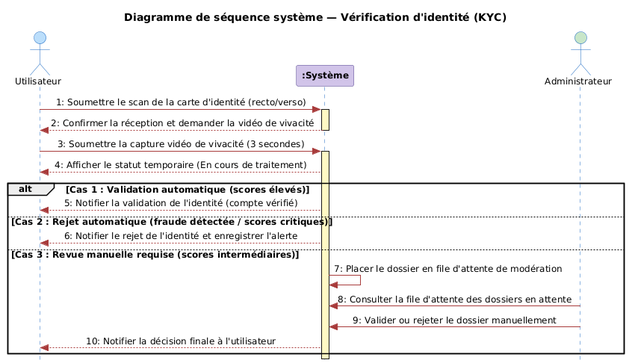
The PlantUML diagram figures/fig_sequence_kyc.png in Belhormamohamed13/Memiore_RohWinBghit, before a commit.
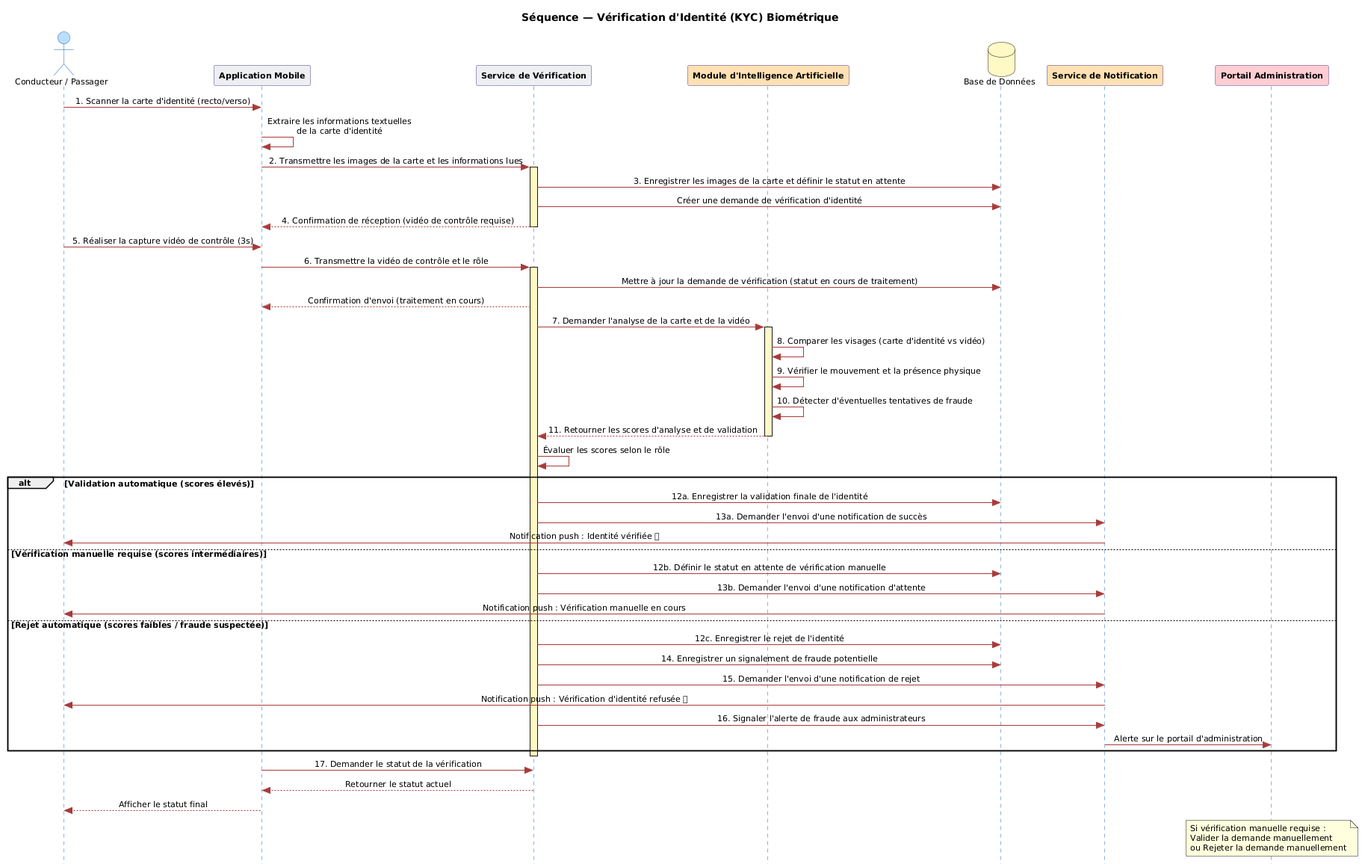
The same file after the commit.

What changed in the source:
```diff
@@ -1,7 +1,7 @@
 @startuml
 skinparam style strictuml
 skinparam DefaultFontName Arial
-skinparam DefaultFontSize 12
+skinparam DefaultFontSize 11
 skinparam shadowing false
 skinparam SequenceMessageAlignment center
 
@@ -14,32 +14,70 @@
   ParticipantBorderColor #4B3A8B
   ParticipantBackgroundColor #D1C4E9
   ParticipantFontStyle bold
+  DatabaseBorderColor #F9A825
+  DatabaseBackgroundColor #FFF9C4
 }
 
-title Diagramme de séquence système — Vérification d'identité (KYC)
+title Séquence — Vérification d'Identité (KYC) Biométrique
 
-actor "Utilisateur" as U
-participant ":Système" as S
-actor "Administrateur" as A #C8E6C9
+actor "Conducteur / Passager" as User #BBDEFB
+participant "Application Mobile" as App #ECEFF1
+participant "Service de Vérification" as Node #ECEFF1
+participant "Module d'Intelligence Artificielle" as IA #FFE0B2
+database "Base de Données" as DB #FFF9C4
+participant "Service de Notification" as Notif #FFE0B2
+participant "Portail Administration" as Admin #FFCDD2
 
-U -> S : 1: Soumettre le scan de la carte d'identité (recto/verso)
-activate S
-S --> U : 2: Confirmer la réception et demander la vidéo de vivacité
-deactivate S
+User -> App : 1. Scanner la carte d'identité (recto/verso)
+App -> App : Extraire les informations textuelles\nde la carte d'identité
+App -> Node : 2. Transmettre les images de la carte et les informations lues
+activate Node
+Node -> DB : 3. Enregistrer les images de la carte et définir le statut en attente
+Node -> DB : Créer une demande de vérification d'identité
+Node --> App : 4. Confirmation de réception (vidéo de contrôle requise)
+deactivate Node
 
-U -> S : 3: Soumettre la capture vidéo de vivacité (3 secondes)
-activate S
-S --> U : 4: Afficher le statut temporaire (En cours de traitement)
+User -> App : 5. Réaliser la capture vidéo de contrôle (3s)
+App -> Node : 6. Transmettre la vidéo de contrôle et le rôle
+activate Node
+Node -> DB : Mettre à jour la demande de vérification (statut en cours de traitement)
+Node --> App : Confirmation d'envoi (traitement en cours)
 
-alt Cas 1 : Validation automatique (scores élevés)
-  S --> U : 5: Notifier la validation de l'identité (compte vérifié)
-else Cas 2 : Rejet automatique (fraude détectée / scores critiques)
-  S --> U : 6: Notifier le rejet de l'identité et enregistrer l'alerte
-else Cas 3 : Revue manuelle requise (scores intermédiaires)
-  S -> S : 7: Placer le dossier en file d'attente de modération
-  A -> S : 8: Consulter la file d'attente des dossiers en attente
-  A -> S : 9: Valider ou rejeter le dossier manuellement
-  S --> U : 10: Notifier la décision finale à l'utilisateur
+Node -> IA : 7. Demander l'analyse de la carte et de la vidéo
+activate IA
+IA -> IA : 8. Comparer les visages (carte d'identité vs vidéo)
+IA -> IA : 9. Vérifier le mouvement et la présence physique
+IA -> IA : 10. Détecter d'éventuelles tentatives de fraude
+IA --> Node : 11. Retourner les scores d'analyse et de validation
+deactivate IA
+
+Node -> Node : Évaluer les scores selon le rôle
+
+alt Validation automatique (scores élevés)
+  Node -> DB : 12a. Enregistrer la validation finale de l'identité
+  Node -> Notif : 13a. Demander l'envoi d'une notification de succès
+  Notif -> User : Notification push : Identité vérifiée ✅
+else Vérification manuelle requise (scores intermédiaires)
+  Node -> DB : 12b. Définir le statut en attente de vérification manuelle
+  Node -> Notif : 13b. Demander l'envoi d'une notification d'attente
+  Notif -> User : Notification push : Vérification manuelle en cours
+else Rejet automatique (scores faibles / fraude suspectée)
+  Node -> DB : 12c. Enregistrer le rejet de l'identité
+  Node -> DB : 14. Enregistrer un signalement de fraude potentielle
+  Node -> Notif : 15. Demander l'envoi d'une notification de rejet
+  Notif -> User : Notification push : Vérification d'identité refusée ❌
+  Node -> Notif : 16. Signaler l'alerte de fraude aux administrateurs
+  Notif -> Admin : Alerte sur le portail d'administration
 end
-deactivate S
+deactivate Node
+
+App -> Node : 17. Demander le statut de la vérification
+Node --> App : Retourner le statut actuel
+App --> User : Afficher le statut final
+
+note over Admin
+  Si vérification manuelle requise :
+  Valider la demande manuellement
+  ou Rejeter la demande manuellement
+end note
 @enduml
```
